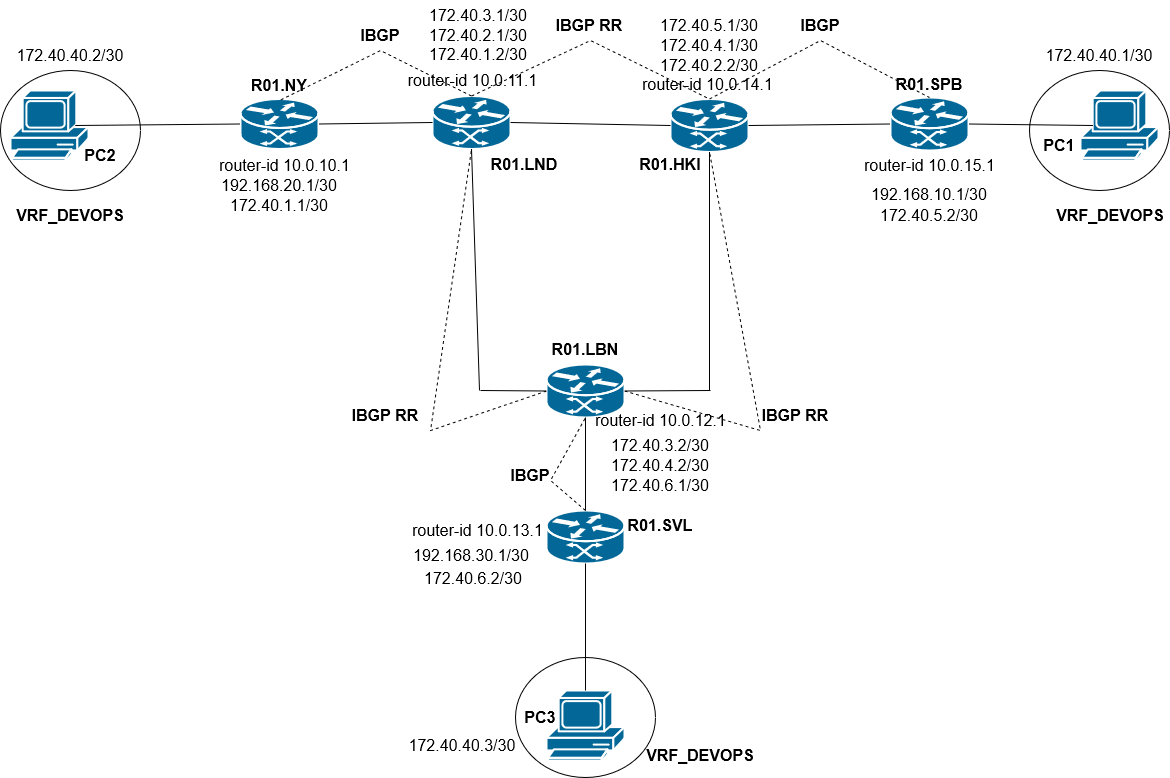
Above: lab4/final.drawio.png in fiji6479/2022_2023-introduction_in_routing-k33212-Gomzyakov_A (draw.io), before the change. Source tidied: cells renumbered, new cells last; positions are measured from the earlier drawing's top-left corner, leaving out a move shared by most shapes.
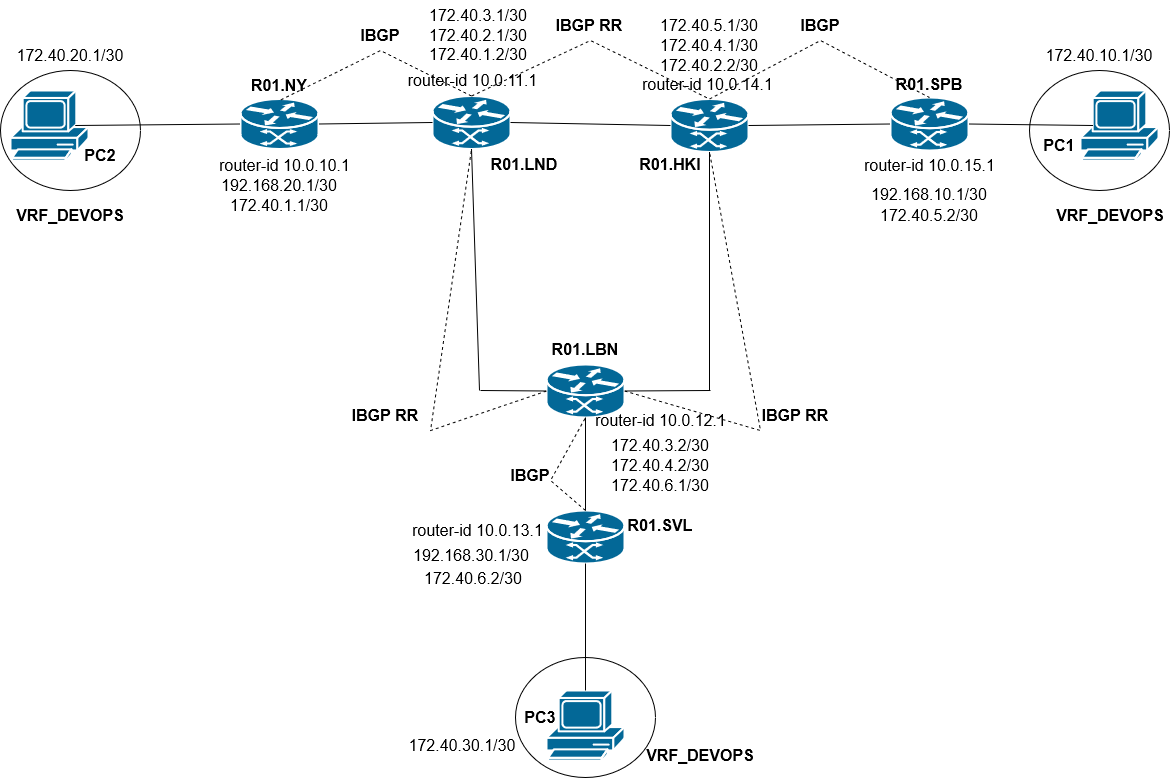
The same diagram one commit later.

What changed in the source:
```diff
@@ -238,13 +238,13 @@
     <mxCell id="69" value="172.40.6.2/30" style="text;html=1;strokeColor=none;fillColor=none;align=center;verticalAlign=middle;whiteSpace=wrap;rounded=0;fontSize=16;" parent="1" vertex="1">
       <mxGeometry x="442.5" y="563" width="60" height="30" as="geometry" />
     </mxCell>
-    <mxCell id="70" value="172.40.40.2/30" style="text;html=1;strokeColor=none;fillColor=none;align=center;verticalAlign=middle;whiteSpace=wrap;rounded=0;fontSize=16;" parent="1" vertex="1">
+    <mxCell id="70" value="172.40.20.1/30" style="text;html=1;strokeColor=none;fillColor=none;align=center;verticalAlign=middle;whiteSpace=wrap;rounded=0;fontSize=16;" parent="1" vertex="1">
       <mxGeometry x="40" y="40" width="60" height="30" as="geometry" />
     </mxCell>
-    <mxCell id="71" value="172.40.40.1/30" style="text;html=1;strokeColor=none;fillColor=none;align=center;verticalAlign=middle;whiteSpace=wrap;rounded=0;fontSize=16;" parent="1" vertex="1">
+    <mxCell id="71" value="172.40.10.1/30" style="text;html=1;strokeColor=none;fillColor=none;align=center;verticalAlign=middle;whiteSpace=wrap;rounded=0;fontSize=16;" parent="1" vertex="1">
       <mxGeometry x="1069" y="40" width="60" height="30" as="geometry" />
     </mxCell>
-    <mxCell id="72" value="172.40.40.3/30" style="text;html=1;strokeColor=none;fillColor=none;align=center;verticalAlign=middle;whiteSpace=wrap;rounded=0;fontSize=16;" parent="1" vertex="1">
+    <mxCell id="72" value="172.40.30.1/30" style="text;html=1;strokeColor=none;fillColor=none;align=center;verticalAlign=middle;whiteSpace=wrap;rounded=0;fontSize=16;" parent="1" vertex="1">
       <mxGeometry x="432" y="730" width="60" height="30" as="geometry" />
     </mxCell>
   </root>
```
